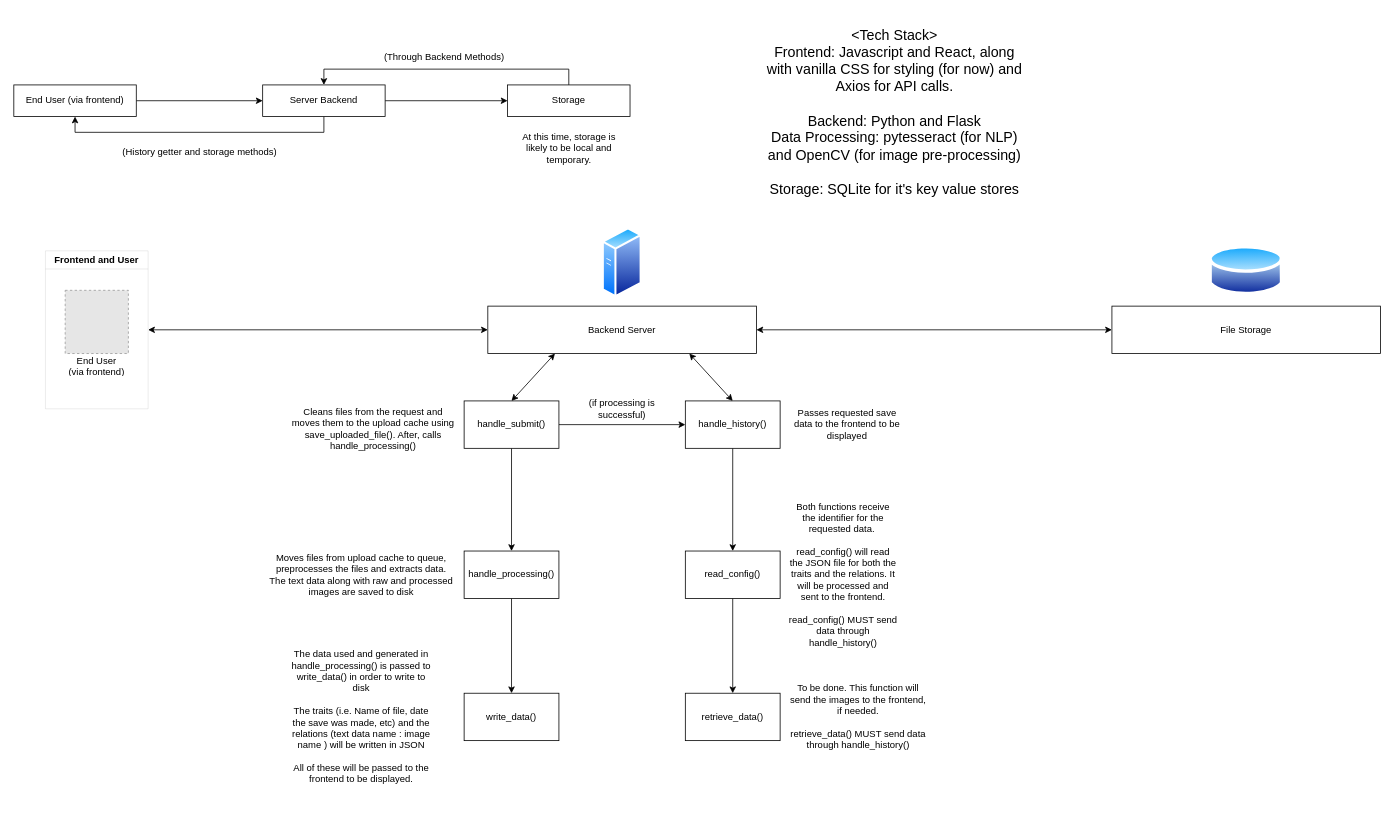
keh1nde/project-formulate keeps this draw.io diagram as designs/Untitled Diagram.drawio. Above is the earlier version. Source tidied: cells renumbered, new cells numbered last; positions are measured from the earlier drawing's top-left corner, leaving out a move shared by most shapes. Both pictures are drawn from the tidied source at 79%, with x=0, y=0 at pixel (13, 13). Pictures stored in the file or linked from it are replaced by grey dashed boxes.
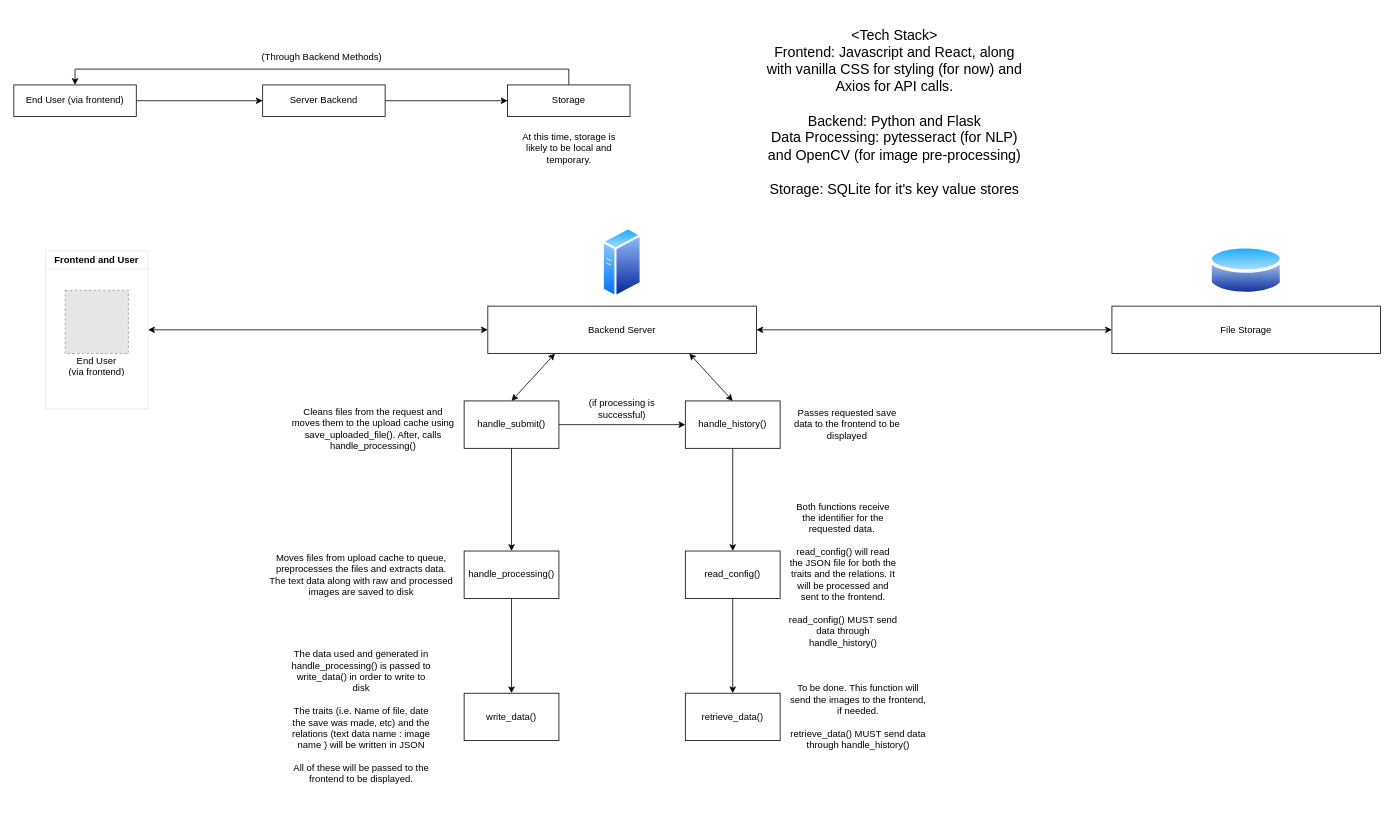
After the change.

Commit message:
Minor edit to general app structure.

The change refers to these unchanged cells:
```xml
<mxCell id="3" value="End User (via frontend)" style="rounded=0;whiteSpace=wrap;html=1;" parent="1" vertex="1">
  <mxGeometry y="90" width="155" height="40" as="geometry" />
</mxCell>
<mxCell id="5" value="Storage" style="rounded=0;whiteSpace=wrap;html=1;" parent="1" vertex="1">
  <mxGeometry x="625" y="90" width="155" height="40" as="geometry" />
</mxCell>
<mxCell id="8" value="Server Backend" style="rounded=0;whiteSpace=wrap;html=1;" parent="1" vertex="1">
  <mxGeometry x="315" y="90" width="155" height="40" as="geometry" />
</mxCell>
```

The edit, as a diff of the source:
```diff
@@
-    <mxCell id="4" style="edgeStyle=orthogonalEdgeStyle;rounded=0;jettySize=auto;html=1;entryX=0.5;entryY=0;entryDx=0;entryDy=0;" parent="1" edge="1" source="5" target="8">
+    <mxCell id="4" style="edgeStyle=orthogonalEdgeStyle;rounded=0;jettySize=auto;html=1;entryX=0.5;entryY=0;entryDx=0;entryDy=0;" parent="1" edge="1" source="5" target="3">
       <mxGeometry relative="1" as="geometry">
         <Array as="points">
           <mxPoint x="703" y="70" />
-          <mxPoint x="393" y="70" />
+          <mxPoint x="77" y="70" />
         </Array>
       </mxGeometry>
     </mxCell>
@@
-    <mxCell id="7" style="edgeStyle=orthogonalEdgeStyle;rounded=0;jettySize=auto;html=1;entryX=0.5;entryY=1;entryDx=0;entryDy=0;" parent="1" edge="1" source="8" target="3">
-      <mxGeometry relative="1" as="geometry">
-        <Array as="points">
-          <mxPoint x="393" y="150" />
-          <mxPoint x="78" y="150" />
-        </Array>
-      </mxGeometry>
-    </mxCell>
@@
     <mxCell id="9" value="(Through Backend Methods)" style="text;html=1;align=center;verticalAlign=middle;whiteSpace=wrap;rounded=0;" parent="1" vertex="1">
-      <mxGeometry x="445" y="40" width="200" height="30" as="geometry" />
+      <mxGeometry x="290" y="40" width="200" height="30" as="geometry" />
     </mxCell>
@@
-    <mxCell id="11" value="(History getter and storage methods)" style="text;html=1;align=center;verticalAlign=middle;strokeColor=none;fillColor=none;" parent="1" vertex="1">
-      <mxGeometry x="125" y="160" width="220" height="30" as="geometry" />
-    </mxCell>
```
